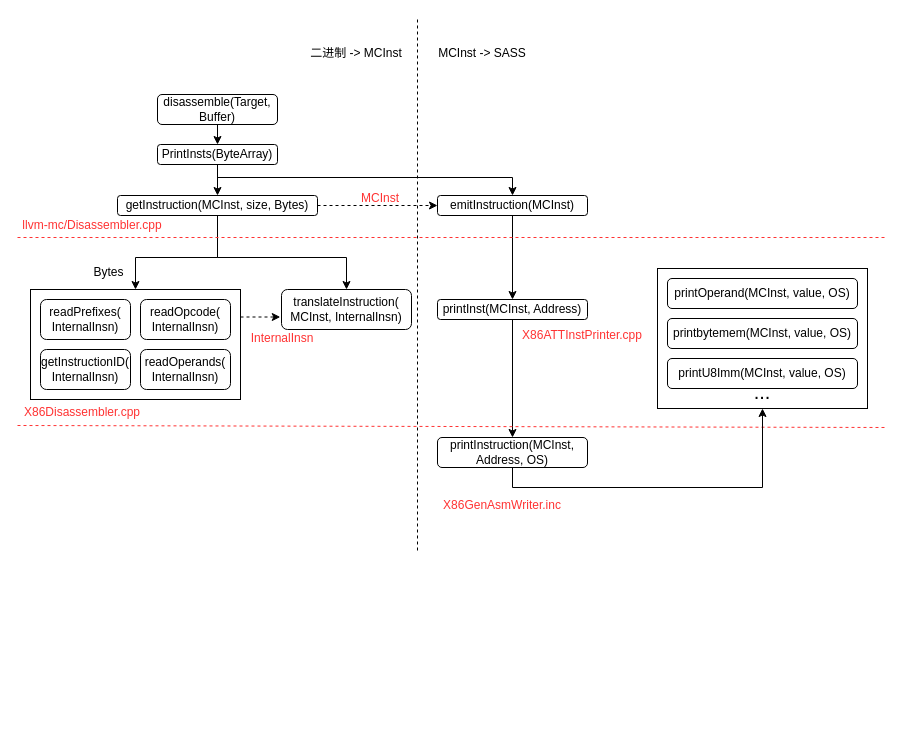
The draw.io diagram llvm-mc 反汇编流程.drawio in liyp1120/draw.io, before the edit. Source tidied: cells renumbered, new cells numbered last; positions are measured from the earlier drawing's top-left corner, leaving out a move shared by most shapes. Both pictures are drawn from the tidied source at 100%, with x=0, y=0 at pixel (17, 17).
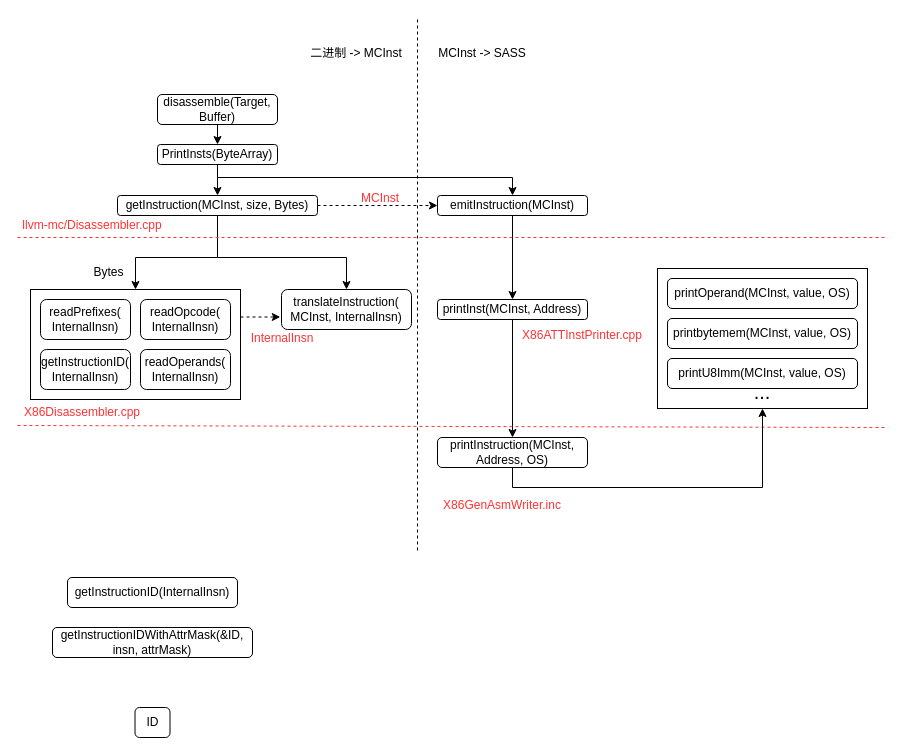
After the change.

Commit message:
更新llvm-mc 反汇编流程.drawio

What changed in the source:
```diff
@@
+    <mxCell id="43" value="getInstructionID(InternalInsn)" style="rounded=1;whiteSpace=wrap;html=1;fontSize=12;glass=0;strokeWidth=1;shadow=0;" parent="1" vertex="1">
+      <mxGeometry x="50" y="560" width="170" height="30" as="geometry" />
+    </mxCell>
+    <mxCell id="44" value="getInstructionIDWithAttrMask(&amp;amp;ID, insn, attrMask)" style="rounded=1;whiteSpace=wrap;html=1;fontSize=12;glass=0;strokeWidth=1;shadow=0;" parent="1" vertex="1">
+      <mxGeometry x="35" y="610" width="200" height="30" as="geometry" />
+    </mxCell>
+    <mxCell id="45" value="ID" style="rounded=1;whiteSpace=wrap;html=1;fontSize=12;glass=0;strokeWidth=1;shadow=0;" parent="1" vertex="1">
+      <mxGeometry x="117.5" y="690" width="35" height="30" as="geometry" />
+    </mxCell>
```
